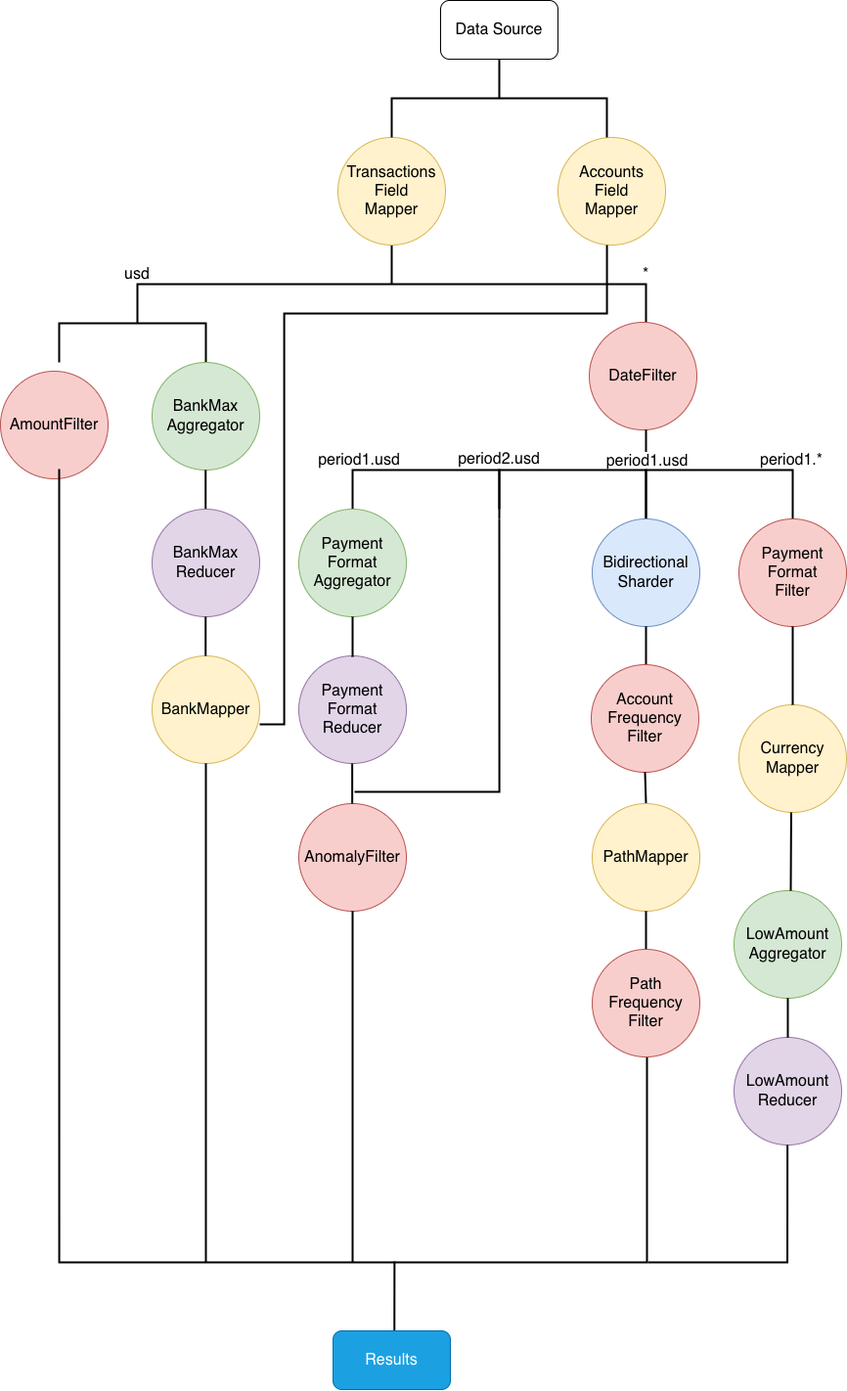
This is docs/diagramas/dag.png from LucianaLarrosa/tp-distribuidos-moneylaundering, a draw.io export, as it was before one commit. Source tidied: cells renumbered, new cells last; positions are measured from the earlier drawing's top-left corner, leaving out a move shared by most shapes.
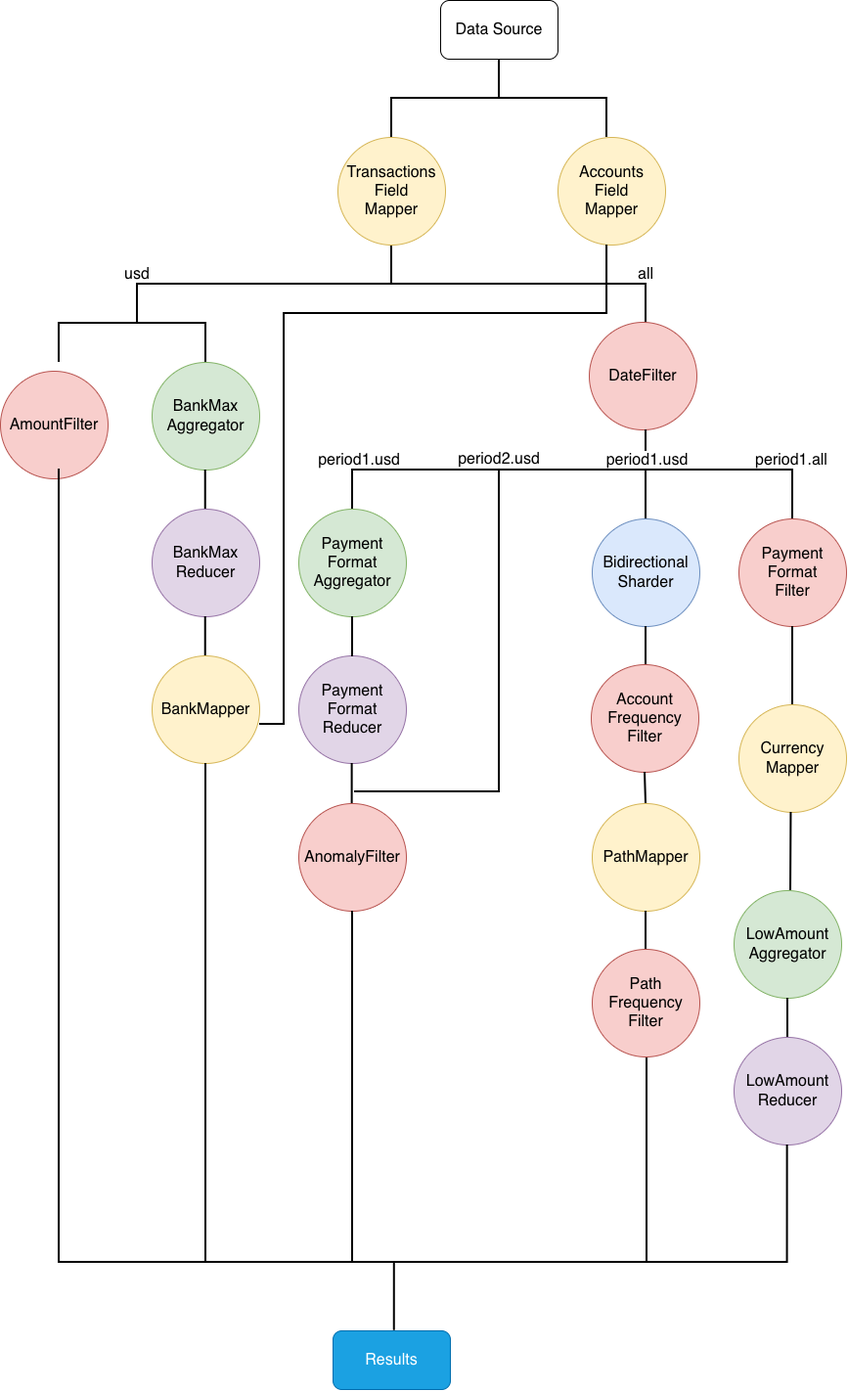
Later version of the same file.

Commit message:
fix: update DAG from '*' to 'all' for clarity

Change to the diagram source:
```diff
@@ -8,7 +8,7 @@
     <mxCell id="3" value="&lt;font style=&quot;font-size: 16px&quot;&gt;usd&lt;/font&gt;" style="text;html=1;strokeColor=none;fillColor=none;align=center;verticalAlign=middle;whiteSpace=wrap;rounded=0;" parent="1" vertex="1">
       <mxGeometry x="120" y="270" width="40" height="20" as="geometry" />
     </mxCell>
-    <mxCell id="4" value="&lt;font style=&quot;font-size: 16px&quot;&gt;*&lt;/font&gt;" style="text;html=1;strokeColor=none;fillColor=none;align=center;verticalAlign=middle;whiteSpace=wrap;rounded=0;" parent="1" vertex="1">
+    <mxCell id="4" value="&lt;font style=&quot;font-size: 16px&quot;&gt;all&lt;/font&gt;" style="text;html=1;strokeColor=none;fillColor=none;align=center;verticalAlign=middle;whiteSpace=wrap;rounded=0;" parent="1" vertex="1">
       <mxGeometry x="630" y="270" width="60" height="20" as="geometry" />
     </mxCell>
     <mxCell id="5" style="strokeWidth=2;html=1;shape=mxgraph.flowchart.annotation_1;align=left;direction=south;" parent="1" vertex="1">
@@ -123,7 +123,7 @@
     <mxCell id="33" value="&lt;font style=&quot;font-size: 16px&quot;&gt;period1.usd&lt;/font&gt;" style="text;html=1;strokeColor=none;fillColor=none;align=center;verticalAlign=middle;whiteSpace=wrap;rounded=0;" parent="1" vertex="1">
       <mxGeometry x="347" y="460" width="40" height="20" as="geometry" />
     </mxCell>
-    <mxCell id="34" value="&lt;span style=&quot;font-size: 16px&quot;&gt;period1.*&lt;/span&gt;" style="text;html=1;strokeColor=none;fillColor=none;align=center;verticalAlign=middle;whiteSpace=wrap;rounded=0;" parent="1" vertex="1">
+    <mxCell id="34" value="&lt;span style=&quot;font-size: 16px&quot;&gt;period1.all&lt;/span&gt;" style="text;html=1;strokeColor=none;fillColor=none;align=center;verticalAlign=middle;whiteSpace=wrap;rounded=0;" parent="1" vertex="1">
       <mxGeometry x="779" y="460" width="60" height="20" as="geometry" />
     </mxCell>
     <mxCell id="35" value="Data Source" style="rounded=1;whiteSpace=wrap;html=1;fontSize=16;" parent="1" vertex="1">
```
